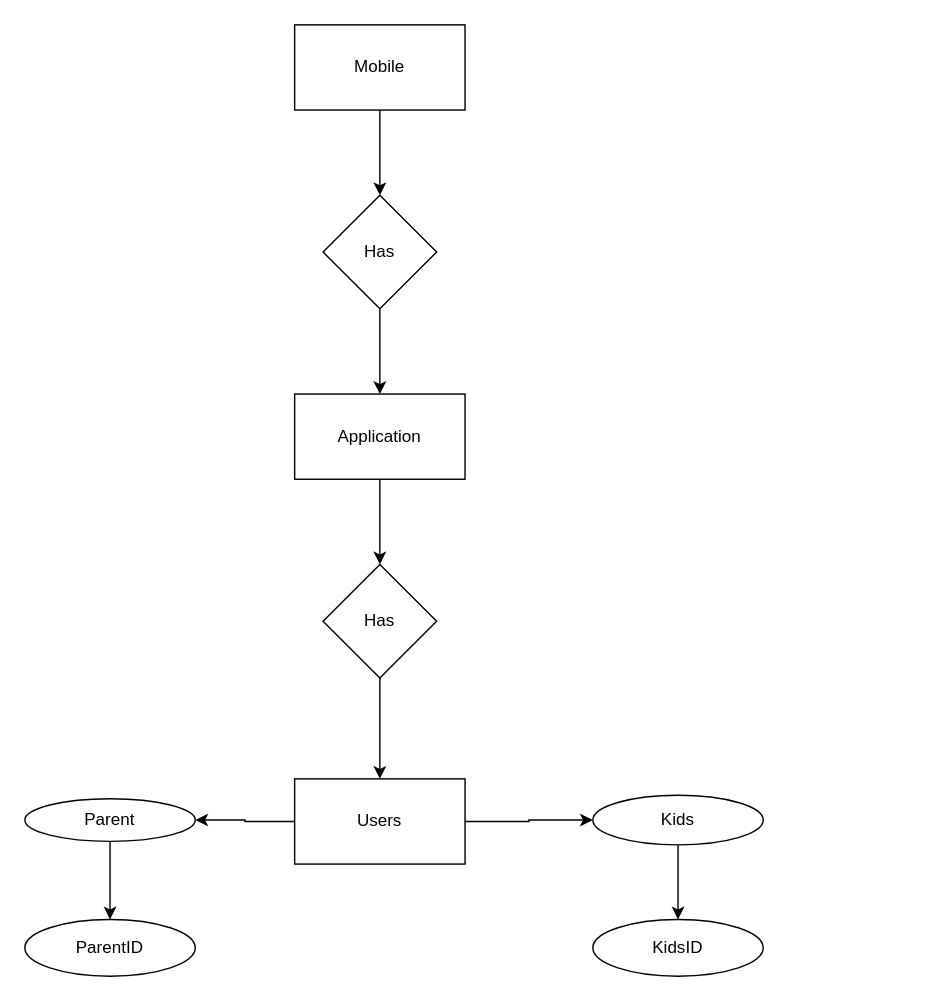
The draw.io diagram page "Page-3" (3 of 5) of FYP-Chatbot.drawio in myselfswk/FYP-Chatbot-Diagrams, before the edit. Source tidied: cells renumbered, new cells numbered last; positions are measured from the earlier drawing's top-left corner, leaving out a move shared by most shapes. Both pictures are drawn from the tidied source at 142%, with x=0, y=0 at pixel (24, 24).
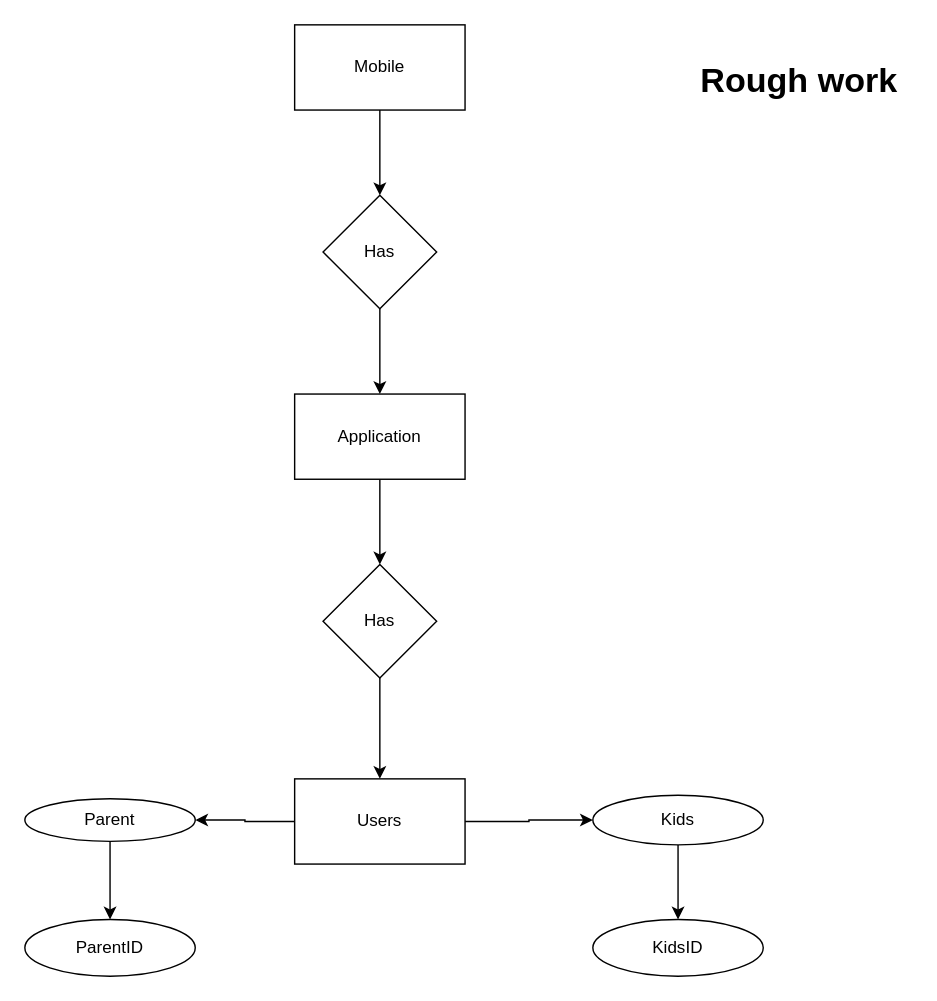
The same diagram, later.

Change to the diagram source:
```diff
@@
 <mxGraphModel>
   <root>
     <mxCell id="0" />
     <mxCell id="1" parent="0" />
     <mxCell id="2" style="edgeStyle=orthogonalEdgeStyle;rounded=0;jettySize=auto;html=1;exitX=0.5;exitY=1;exitDx=0;exitDy=0;entryX=0.5;entryY=0;entryDx=0;entryDy=0;" parent="1" edge="1" source="3" target="16">
       <mxGeometry relative="1" as="geometry" />
     </mxCell>
     <mxCell id="3" value="Mobile" style="rounded=0;whiteSpace=wrap;html=1;" parent="1" vertex="1">
       <mxGeometry x="190" width="120" height="60" as="geometry" />
     </mxCell>
     <mxCell id="4" style="edgeStyle=orthogonalEdgeStyle;rounded=0;jettySize=auto;html=1;" parent="1" edge="1" source="5" target="18">
       <mxGeometry relative="1" as="geometry" />
     </mxCell>
     <mxCell id="5" value="Application" style="whiteSpace=wrap;html=1;rounded=0;" parent="1" vertex="1">
       <mxGeometry x="190" y="260" width="120" height="60" as="geometry" />
     </mxCell>
     <mxCell id="6" style="edgeStyle=orthogonalEdgeStyle;rounded=0;jettySize=auto;html=1;" parent="1" edge="1" source="8" target="10">
       <mxGeometry relative="1" as="geometry" />
     </mxCell>
     <mxCell id="7" style="edgeStyle=orthogonalEdgeStyle;rounded=0;jettySize=auto;html=1;" parent="1" edge="1" source="8" target="12">
       <mxGeometry relative="1" as="geometry" />
     </mxCell>
     <mxCell id="8" value="Users" style="whiteSpace=wrap;html=1;rounded=0;" parent="1" vertex="1">
       <mxGeometry x="190" y="531" width="120" height="60" as="geometry" />
     </mxCell>
     <mxCell id="9" style="edgeStyle=orthogonalEdgeStyle;rounded=0;jettySize=auto;html=1;" parent="1" edge="1" source="10" target="13">
       <mxGeometry relative="1" as="geometry" />
     </mxCell>
     <mxCell id="10" value="Parent" style="ellipse;whiteSpace=wrap;html=1;rounded=0;" parent="1" vertex="1">
       <mxGeometry y="545" width="120" height="30" as="geometry" />
     </mxCell>
     <mxCell id="11" style="edgeStyle=orthogonalEdgeStyle;rounded=0;jettySize=auto;html=1;" parent="1" edge="1" source="12" target="14">
       <mxGeometry relative="1" as="geometry" />
     </mxCell>
     <mxCell id="12" value="Kids" style="ellipse;whiteSpace=wrap;html=1;rounded=0;" parent="1" vertex="1">
       <mxGeometry x="400" y="542.5" width="120" height="35" as="geometry" />
     </mxCell>
     <mxCell id="13" value="ParentID" style="ellipse;whiteSpace=wrap;html=1;rounded=0;" parent="1" vertex="1">
       <mxGeometry y="630" width="120" height="40" as="geometry" />
     </mxCell>
     <mxCell id="14" value="KidsID" style="ellipse;whiteSpace=wrap;html=1;rounded=0;" parent="1" vertex="1">
       <mxGeometry x="400" y="630" width="120" height="40" as="geometry" />
     </mxCell>
     <mxCell id="15" style="edgeStyle=orthogonalEdgeStyle;rounded=0;jettySize=auto;html=1;" parent="1" edge="1" source="16" target="5">
       <mxGeometry relative="1" as="geometry" />
     </mxCell>
     <mxCell id="16" value="Has" style="rhombus;whiteSpace=wrap;html=1;" parent="1" vertex="1">
       <mxGeometry x="210" y="120" width="80" height="80" as="geometry" />
     </mxCell>
     <mxCell id="17" style="edgeStyle=orthogonalEdgeStyle;rounded=0;jettySize=auto;html=1;" parent="1" edge="1" source="18" target="8">
       <mxGeometry relative="1" as="geometry" />
     </mxCell>
     <mxCell id="18" value="Has" style="rhombus;whiteSpace=wrap;html=1;" parent="1" vertex="1">
       <mxGeometry x="210" y="380" width="80" height="80" as="geometry" />
     </mxCell>
+    <mxCell id="19" value="&lt;b&gt;&lt;font style=&quot;font-size: 24px&quot;&gt;Rough work&lt;/font&gt;&lt;/b&gt;" style="text;html=1;align=center;verticalAlign=middle;" parent="1" vertex="1">
+      <mxGeometry x="465" y="20" width="160" height="40" as="geometry" />
+    </mxCell>
   </root>
 </mxGraphModel>
```
